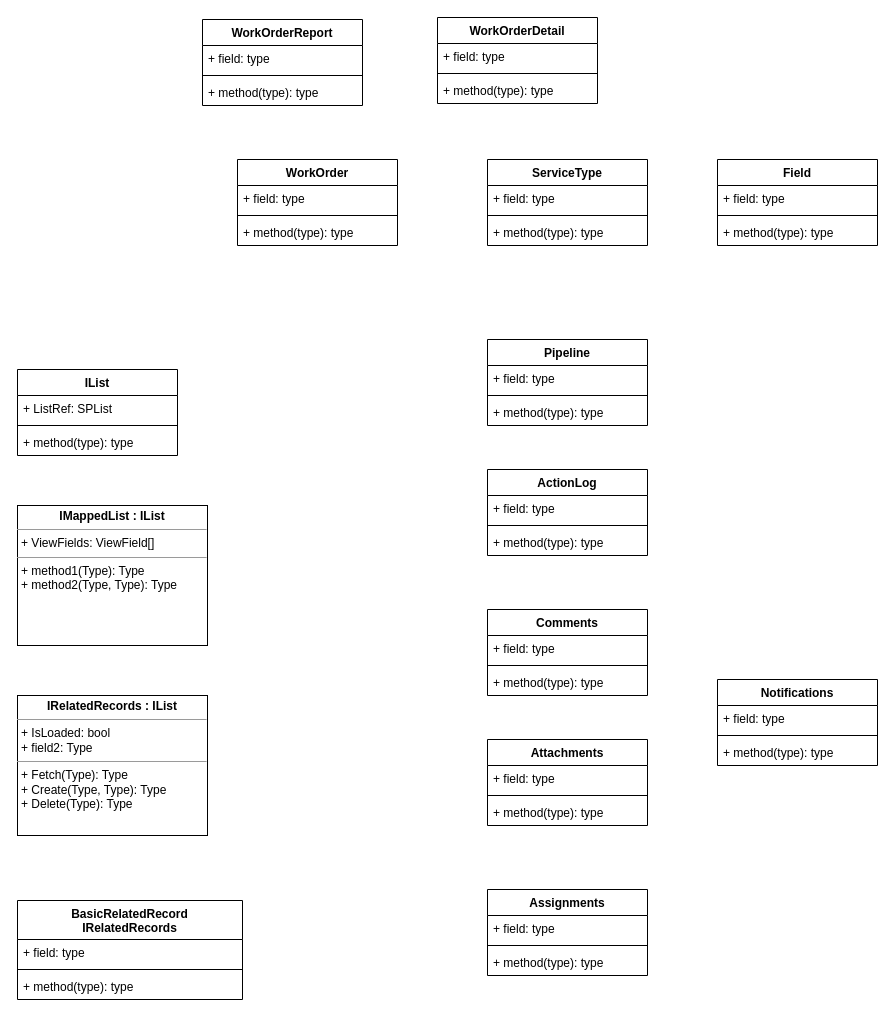
Before: page "DataModel" (2 of 2) of docs/DataDictionary.drawio in usdos-cgfs/work-order, a draw.io diagram. Source tidied: cells renumbered, new cells numbered last; positions are measured from the earlier drawing's top-left corner, leaving out a move shared by most shapes. Both pictures are drawn from the tidied source at 100%, with x=0, y=0 at pixel (17, 17).
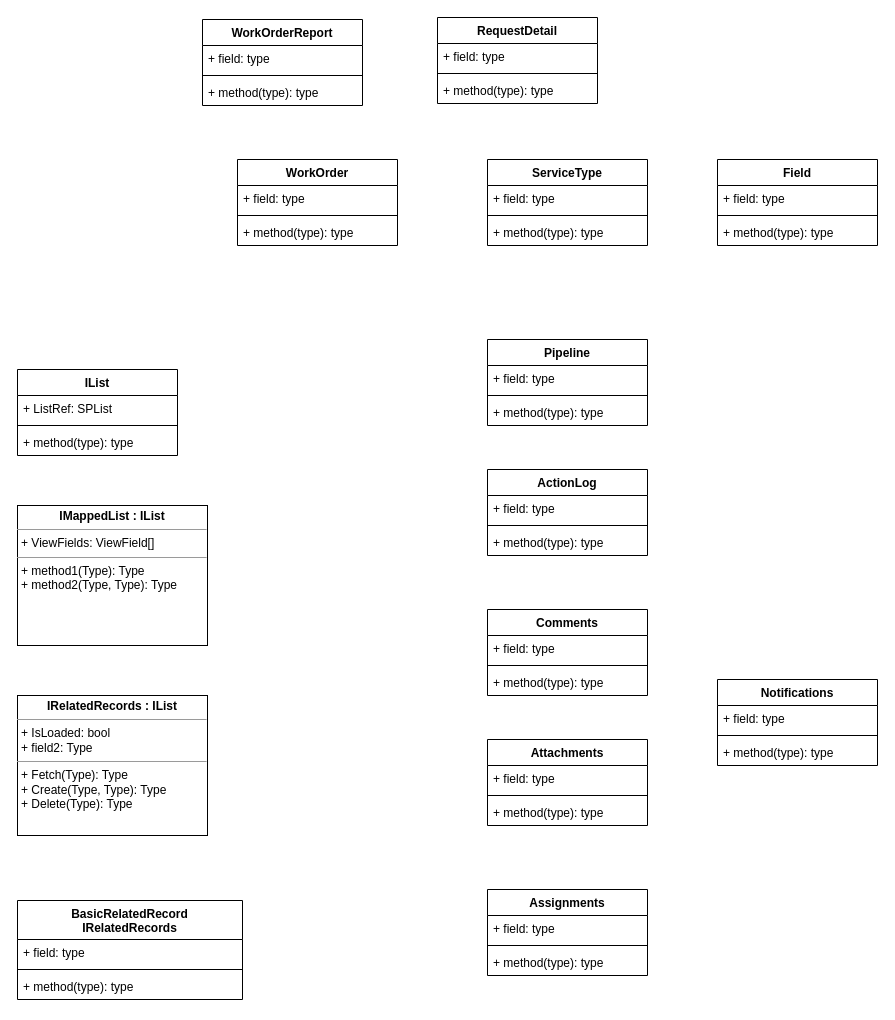
The same page after the edit.

What changed in the source:
```diff
@@
-    <mxCell id="48" value="WorkOrderDetail" style="swimlane;fontStyle=1;align=center;verticalAlign=top;horizontal=1;startSize=26;" parent="1" vertex="1">
+    <mxCell id="48" value="RequestDetail" style="swimlane;fontStyle=1;align=center;verticalAlign=top;horizontal=1;startSize=26;" parent="1" vertex="1">
       <mxGeometry x="420" width="160" height="86" as="geometry" />
     </mxCell>
```
